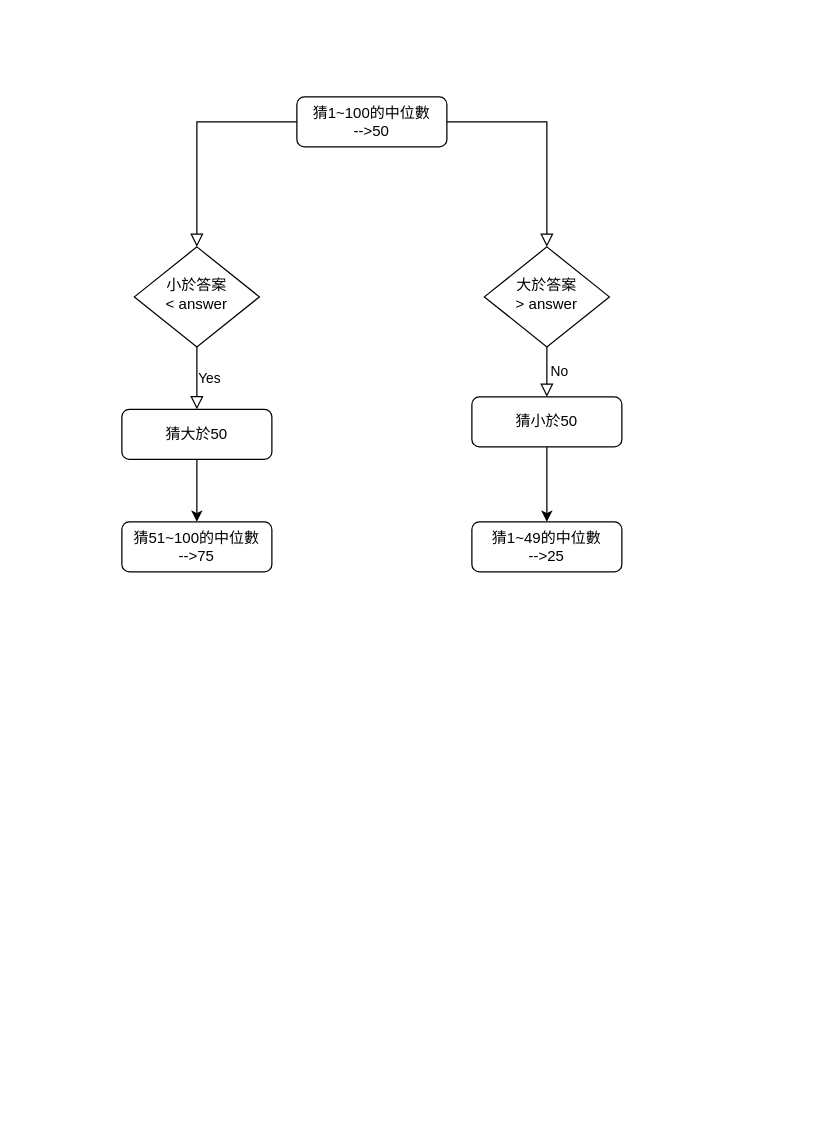
chekuin7/ACcamp keeps this draw.io diagram as number guess.drawio. Above is the earlier version. Source tidied: cells renumbered, new cells numbered last; positions are measured from the earlier drawing's top-left corner, leaving out a move shared by most shapes. Both pictures are drawn from the tidied source at 125%, with x=0, y=0 at pixel (121, 96).
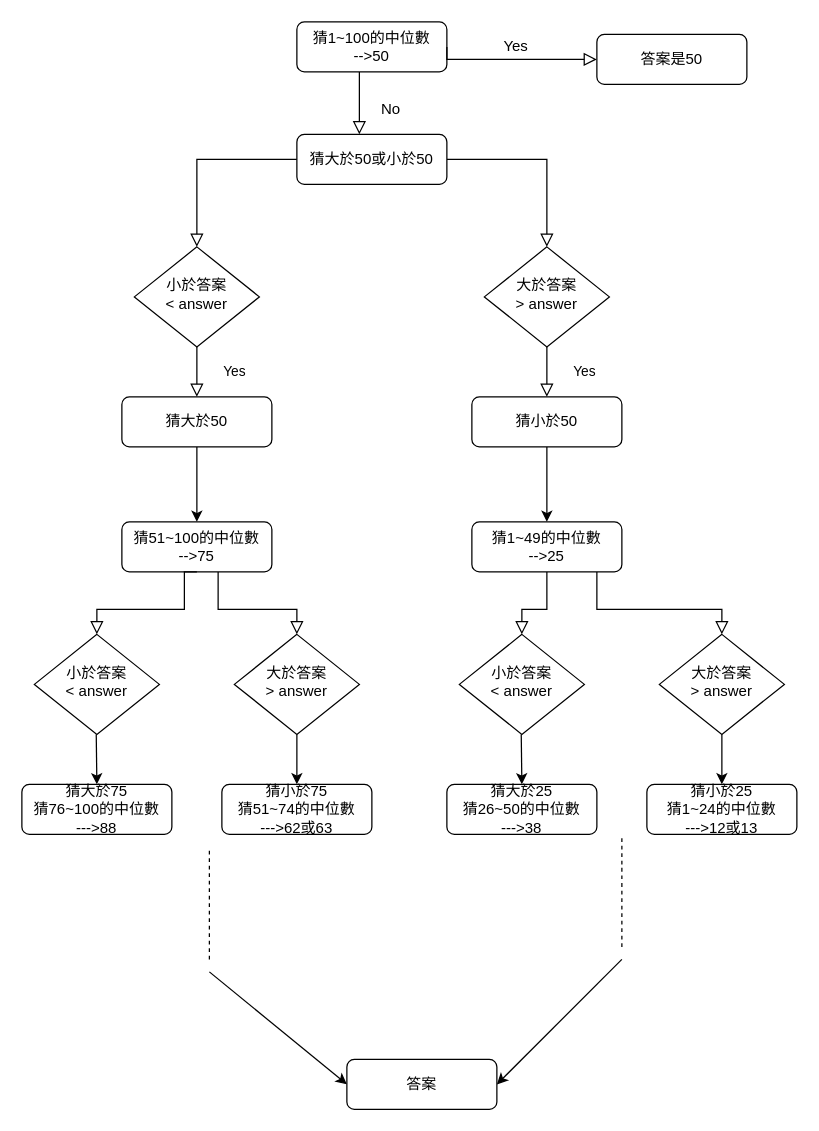
The same diagram, later.

Unchanged cells that the change refers to:
```xml
<mxCell id="5" value="大於答案&lt;br&gt;&amp;gt; answer" style="rhombus;whiteSpace=wrap;html=1;shadow=0;fontFamily=Helvetica;fontSize=12;align=center;strokeWidth=1;spacing=6;spacingTop=-4;" parent="1" vertex="1">
  <mxGeometry x="290" y="120" width="100" height="80" as="geometry" />
</mxCell>
<mxCell id="7" value="猜小於50" style="rounded=1;whiteSpace=wrap;html=1;fontSize=12;glass=0;strokeWidth=1;shadow=0;" parent="1" vertex="1">
  <mxGeometry x="280" y="240" width="120" height="40" as="geometry" />
</mxCell>
<mxCell id="9" value="小於答案&lt;br&gt;&amp;lt; answer" style="rhombus;whiteSpace=wrap;html=1;shadow=0;fontFamily=Helvetica;fontSize=12;align=center;strokeWidth=1;spacing=6;spacingTop=-4;" parent="1" vertex="1">
  <mxGeometry x="10" y="120" width="100" height="80" as="geometry" />
</mxCell>
<mxCell id="12" value="猜51~100的中位數&lt;br&gt;--&amp;gt;75" style="rounded=1;whiteSpace=wrap;html=1;fontSize=12;glass=0;strokeWidth=1;shadow=0;" parent="1" vertex="1">
  <mxGeometry y="340" width="120" height="40" as="geometry" />
</mxCell>
```

What changed in the source:
```diff
@@
-    <mxCell id="2" style="rounded=0;html=1;jettySize=auto;fontSize=11;endArrow=block;endFill=0;endSize=8;strokeWidth=1;shadow=0;labelBackgroundColor=none;edgeStyle=orthogonalEdgeStyle;" parent="1" edge="1" source="3" target="5">
-      <mxGeometry relative="1" as="geometry" />
+    <mxCell id="2" style="rounded=0;html=1;jettySize=auto;fontSize=11;endArrow=block;endFill=0;endSize=8;strokeWidth=1;shadow=0;labelBackgroundColor=none;edgeStyle=orthogonalEdgeStyle;exitX=1;exitY=0.5;exitDx=0;exitDy=0;" parent="1" edge="1" source="35" target="5">
+      <mxGeometry relative="1" as="geometry">
+        <Array as="points">
+          <mxPoint x="340" y="50" />
+        </Array>
+      </mxGeometry>
     </mxCell>
     <mxCell id="3" value="猜1~100的中位數&lt;br&gt;--&amp;gt;50" style="rounded=1;whiteSpace=wrap;html=1;fontSize=12;glass=0;strokeWidth=1;shadow=0;" parent="1" vertex="1">
-      <mxGeometry x="140" width="120" height="40" as="geometry" />
+      <mxGeometry x="140" y="-60" width="120" height="40" as="geometry" />
     </mxCell>
-    <mxCell id="4" value="No" style="edgeStyle=orthogonalEdgeStyle;rounded=0;html=1;jettySize=auto;fontSize=11;endArrow=block;endFill=0;endSize=8;strokeWidth=1;shadow=0;labelBackgroundColor=none;" parent="1" edge="1" source="5" target="7">
-      <mxGeometry y="10" relative="1" as="geometry" />
+    <mxCell id="4" value="Yes" style="edgeStyle=orthogonalEdgeStyle;rounded=0;html=1;jettySize=auto;fontSize=11;endArrow=block;endFill=0;endSize=8;strokeWidth=1;shadow=0;labelBackgroundColor=none;" parent="1" edge="1" source="5" target="7">
+      <mxGeometry y="30" relative="1" as="geometry" />
     </mxCell>
@@
     <mxCell id="8" value="Yes" style="edgeStyle=orthogonalEdgeStyle;rounded=0;html=1;jettySize=auto;fontSize=11;endArrow=block;endFill=0;endSize=8;strokeWidth=1;shadow=0;labelBackgroundColor=none;" parent="1" edge="1" source="9" target="10">
-      <mxGeometry y="10" relative="1" as="geometry" />
+      <mxGeometry y="30" relative="1" as="geometry" />
     </mxCell>
@@
     <mxCell id="10" value="猜大於50" style="rounded=1;whiteSpace=wrap;html=1;fontSize=12;glass=0;strokeWidth=1;shadow=0;" parent="1" vertex="1">
-      <mxGeometry y="250" width="120" height="40" as="geometry" />
+      <mxGeometry y="240" width="120" height="40" as="geometry" />
     </mxCell>
@@
-    <mxCell id="13" style="rounded=0;html=1;jettySize=auto;fontSize=11;endArrow=block;endFill=0;endSize=8;strokeWidth=1;shadow=0;labelBackgroundColor=none;edgeStyle=orthogonalEdgeStyle;entryX=0.5;entryY=0;entryDx=0;entryDy=0;" parent="1" edge="1" target="9">
+    <mxCell id="13" style="rounded=0;html=1;jettySize=auto;fontSize=11;endArrow=block;endFill=0;endSize=8;strokeWidth=1;shadow=0;labelBackgroundColor=none;edgeStyle=orthogonalEdgeStyle;entryX=0.5;entryY=0;entryDx=0;entryDy=0;exitX=0;exitY=0.5;exitDx=0;exitDy=0;" parent="1" edge="1" source="35" target="9">
       <mxGeometry relative="1" as="geometry">
-        <mxPoint x="140" y="20" as="sourcePoint" />
         <Array as="points">
-          <mxPoint x="60" y="20" />
+          <mxPoint x="60" y="50" />
         </Array>
       </mxGeometry>
     </mxCell>
@@
+    <mxCell id="15" value="小於答案&lt;br&gt;&amp;lt; answer" style="rhombus;whiteSpace=wrap;html=1;shadow=0;fontFamily=Helvetica;fontSize=12;align=center;strokeWidth=1;spacing=6;spacingTop=-4;" parent="1" vertex="1">
+      <mxGeometry x="-70" y="430" width="100" height="80" as="geometry" />
+    </mxCell>
+    <mxCell id="16" value="大於答案&lt;br&gt;&amp;gt; answer" style="rhombus;whiteSpace=wrap;html=1;shadow=0;fontFamily=Helvetica;fontSize=12;align=center;strokeWidth=1;spacing=6;spacingTop=-4;" parent="1" vertex="1">
+      <mxGeometry x="90" y="430" width="100" height="80" as="geometry" />
+    </mxCell>
+    <mxCell id="17" style="rounded=0;html=1;jettySize=auto;fontSize=11;endArrow=block;endFill=0;endSize=8;strokeWidth=1;shadow=0;labelBackgroundColor=none;edgeStyle=orthogonalEdgeStyle;entryX=0.5;entryY=0;entryDx=0;entryDy=0;exitX=0.5;exitY=1;exitDx=0;exitDy=0;" parent="1" edge="1" source="12" target="15">
+      <mxGeometry relative="1" as="geometry">
+        <Array as="points">
+          <mxPoint x="50" y="380" />
+          <mxPoint x="50" y="410" />
+          <mxPoint x="-20" y="410" />
+        </Array>
+      </mxGeometry>
+    </mxCell>
+    <mxCell id="18" style="rounded=0;html=1;jettySize=auto;fontSize=11;endArrow=block;endFill=0;endSize=8;strokeWidth=1;shadow=0;labelBackgroundColor=none;edgeStyle=orthogonalEdgeStyle;entryX=0.5;entryY=0;entryDx=0;entryDy=0;" parent="1" edge="1" target="16">
+      <mxGeometry relative="1" as="geometry">
+        <mxPoint x="77" y="380" as="sourcePoint" />
+        <Array as="points">
+          <mxPoint x="77" y="410" />
+          <mxPoint x="140" y="410" />
+        </Array>
+      </mxGeometry>
+    </mxCell>
+    <mxCell id="19" value="猜大於75&lt;br&gt;猜76~100的中位數&lt;br&gt;---&amp;gt;88" style="rounded=1;whiteSpace=wrap;html=1;fontSize=12;glass=0;strokeWidth=1;shadow=0;" parent="1" vertex="1">
+      <mxGeometry x="-80" y="550" width="120" height="40" as="geometry" />
+    </mxCell>
+    <mxCell id="20" style="endArrow=classic;html=1;exitX=0.5;exitY=1;exitDx=0;exitDy=0;" parent="1" edge="1">
+      <mxGeometry relative="1" as="geometry">
+        <mxPoint x="-20.5" y="510" as="sourcePoint" />
+        <mxPoint x="-20" y="550" as="targetPoint" />
+      </mxGeometry>
+    </mxCell>
+    <mxCell id="21" value="猜小於75&lt;br&gt;猜51~74的中位數&lt;br&gt;---&amp;gt;62或63" style="rounded=1;whiteSpace=wrap;html=1;fontSize=12;glass=0;strokeWidth=1;shadow=0;" parent="1" vertex="1">
+      <mxGeometry x="80" y="550" width="120" height="40" as="geometry" />
+    </mxCell>
+    <mxCell id="22" style="endArrow=classic;html=1;exitX=0.5;exitY=1;exitDx=0;exitDy=0;entryX=0.5;entryY=0;entryDx=0;entryDy=0;" parent="1" edge="1" source="16" target="21">
+      <mxGeometry relative="1" as="geometry" />
+    </mxCell>
+    <mxCell id="23" value="小於答案&lt;br&gt;&amp;lt; answer" style="rhombus;whiteSpace=wrap;html=1;shadow=0;fontFamily=Helvetica;fontSize=12;align=center;strokeWidth=1;spacing=6;spacingTop=-4;" parent="1" vertex="1">
+      <mxGeometry x="270" y="430" width="100" height="80" as="geometry" />
+    </mxCell>
+    <mxCell id="24" value="大於答案&lt;br&gt;&amp;gt; answer" style="rhombus;whiteSpace=wrap;html=1;shadow=0;fontFamily=Helvetica;fontSize=12;align=center;strokeWidth=1;spacing=6;spacingTop=-4;" parent="1" vertex="1">
+      <mxGeometry x="430" y="430" width="100" height="80" as="geometry" />
+    </mxCell>
+    <mxCell id="25" value="猜大於25&lt;br&gt;猜26~50的中位數&lt;br&gt;---&amp;gt;38" style="rounded=1;whiteSpace=wrap;html=1;fontSize=12;glass=0;strokeWidth=1;shadow=0;" parent="1" vertex="1">
+      <mxGeometry x="260" y="550" width="120" height="40" as="geometry" />
+    </mxCell>
+    <mxCell id="26" style="endArrow=classic;html=1;exitX=0.5;exitY=1;exitDx=0;exitDy=0;" parent="1" edge="1">
+      <mxGeometry relative="1" as="geometry">
+        <mxPoint x="319.5" y="510" as="sourcePoint" />
+        <mxPoint x="320" y="550" as="targetPoint" />
+      </mxGeometry>
+    </mxCell>
+    <mxCell id="27" value="猜小於25&lt;br&gt;猜1~24的中位數&lt;br&gt;---&amp;gt;12或13" style="rounded=1;whiteSpace=wrap;html=1;fontSize=12;glass=0;strokeWidth=1;shadow=0;" parent="1" vertex="1">
+      <mxGeometry x="420" y="550" width="120" height="40" as="geometry" />
+    </mxCell>
+    <mxCell id="28" style="endArrow=classic;html=1;exitX=0.5;exitY=1;exitDx=0;exitDy=0;entryX=0.5;entryY=0;entryDx=0;entryDy=0;" parent="1" edge="1" source="24" target="27">
+      <mxGeometry relative="1" as="geometry" />
+    </mxCell>
+    <mxCell id="29" style="rounded=0;html=1;jettySize=auto;orthogonalLoop=1;fontSize=11;endArrow=block;endFill=0;endSize=8;strokeWidth=1;shadow=0;labelBackgroundColor=none;edgeStyle=orthogonalEdgeStyle;" parent="1" edge="1">
+      <mxGeometry relative="1" as="geometry">
+        <mxPoint x="380" y="380" as="sourcePoint" />
+        <mxPoint x="480" y="430" as="targetPoint" />
+        <Array as="points">
+          <mxPoint x="380" y="410" />
+          <mxPoint x="480" y="410" />
+          <mxPoint x="480" y="430" />
+        </Array>
+      </mxGeometry>
+    </mxCell>
+    <mxCell id="30" style="rounded=0;html=1;jettySize=auto;fontSize=11;endArrow=block;endFill=0;endSize=8;strokeWidth=1;shadow=0;labelBackgroundColor=none;edgeStyle=orthogonalEdgeStyle;entryX=0.5;entryY=0;entryDx=0;entryDy=0;exitX=0.5;exitY=1;exitDx=0;exitDy=0;" parent="1" edge="1" target="23">
+      <mxGeometry relative="1" as="geometry">
+        <mxPoint x="340" y="380" as="sourcePoint" />
+        <Array as="points">
+          <mxPoint x="340" y="410" />
+          <mxPoint x="320" y="410" />
+        </Array>
+      </mxGeometry>
+    </mxCell>
+    <mxCell id="31" style="endArrow=none;dashed=1;html=1;" parent="1" edge="1">
+      <mxGeometry relative="1" as="geometry">
+        <mxPoint x="70" y="690" as="sourcePoint" />
+        <mxPoint x="70" y="600" as="targetPoint" />
+        <Array as="points">
+          <mxPoint x="70" y="630" />
+        </Array>
+      </mxGeometry>
+    </mxCell>
+    <mxCell id="32" style="endArrow=none;dashed=1;html=1;" parent="1" edge="1">
+      <mxGeometry relative="1" as="geometry">
+        <mxPoint x="400" y="680" as="sourcePoint" />
+        <mxPoint x="400" y="590" as="targetPoint" />
+        <Array as="points">
+          <mxPoint x="400" y="620" />
+          <mxPoint x="400" y="610" />
+        </Array>
+      </mxGeometry>
+    </mxCell>
+    <mxCell id="33" style="endArrow=classic;html=1;entryX=0;entryY=0.5;entryDx=0;entryDy=0;" parent="1" edge="1" target="41">
+      <mxGeometry relative="1" as="geometry">
+        <mxPoint x="70" y="700" as="sourcePoint" />
+      </mxGeometry>
+    </mxCell>
+    <mxCell id="34" style="endArrow=classic;html=1;entryX=1;entryY=0.5;entryDx=0;entryDy=0;" parent="1" edge="1" target="41">
+      <mxGeometry relative="1" as="geometry">
+        <mxPoint x="400" y="690" as="sourcePoint" />
+      </mxGeometry>
+    </mxCell>
+    <mxCell id="35" value="猜大於50或小於50" style="rounded=1;whiteSpace=wrap;html=1;fontSize=12;glass=0;strokeWidth=1;shadow=0;" parent="1" vertex="1">
+      <mxGeometry x="140" y="30" width="120" height="40" as="geometry" />
+    </mxCell>
+    <mxCell id="36" style="rounded=0;html=1;jettySize=auto;orthogonalLoop=1;fontSize=11;endArrow=block;endFill=0;endSize=8;strokeWidth=1;shadow=0;labelBackgroundColor=none;edgeStyle=orthogonalEdgeStyle;exitX=1;exitY=0.5;exitDx=0;exitDy=0;" parent="1" edge="1">
+      <mxGeometry relative="1" as="geometry">
+        <mxPoint x="190" y="-20" as="sourcePoint" />
+        <mxPoint x="190" y="30" as="targetPoint" />
+        <Array as="points">
+          <mxPoint x="190" y="30" />
+        </Array>
+      </mxGeometry>
+    </mxCell>
+    <mxCell id="37" style="rounded=0;html=1;jettySize=auto;fontSize=11;endArrow=block;endFill=0;endSize=8;strokeWidth=1;shadow=0;labelBackgroundColor=none;edgeStyle=orthogonalEdgeStyle;exitX=1;exitY=0.5;exitDx=0;exitDy=0;" parent="1" edge="1" source="3">
+      <mxGeometry relative="1" as="geometry">
+        <mxPoint x="380" y="-30" as="targetPoint" />
+        <Array as="points">
+          <mxPoint x="260" y="-30" />
+        </Array>
+      </mxGeometry>
+    </mxCell>
+    <mxCell id="38" value="答案是50" style="rounded=1;whiteSpace=wrap;html=1;fontSize=12;glass=0;strokeWidth=1;shadow=0;" parent="1" vertex="1">
+      <mxGeometry x="380" y="-50" width="120" height="40" as="geometry" />
+    </mxCell>
+    <mxCell id="39" value="Yes" style="text;html=1;align=center;verticalAlign=middle;" parent="1" vertex="1">
+      <mxGeometry x="300" y="-50" width="30" height="20" as="geometry" />
+    </mxCell>
+    <mxCell id="40" value="No" style="text;html=1;align=center;verticalAlign=middle;" parent="1" vertex="1">
+      <mxGeometry x="200" width="30" height="20" as="geometry" />
+    </mxCell>
+    <mxCell id="41" value="答案" style="rounded=1;whiteSpace=wrap;html=1;fontSize=12;glass=0;strokeWidth=1;shadow=0;" parent="1" vertex="1">
+      <mxGeometry x="180" y="770" width="120" height="40" as="geometry" />
+    </mxCell>
```
